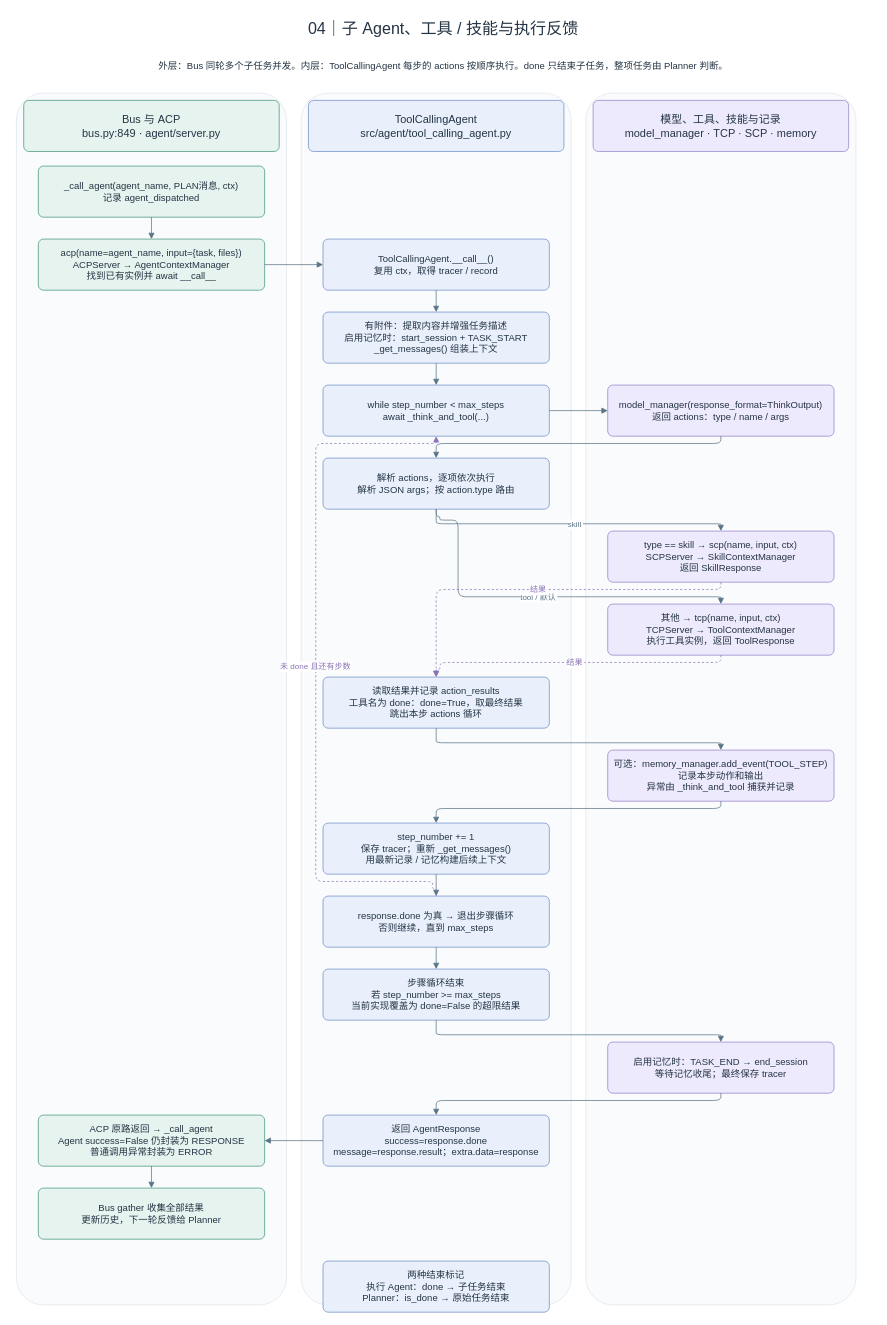
This is page "04｜子 Agent、工具 / 技能与执行反馈" (4 of 6) of artifacts/agentbus-complete-flow-v4.drawio from roundliuyang/DeepResearchAgent, a draw.io file, before an edit. Source tidied: cells renumbered, new cells numbered last; positions are measured from the earlier drawing's top-left corner, leaving out a move shared by most shapes. Both pictures are drawn from the tidied source at 73%, with x=0, y=0 at pixel (12, 12).
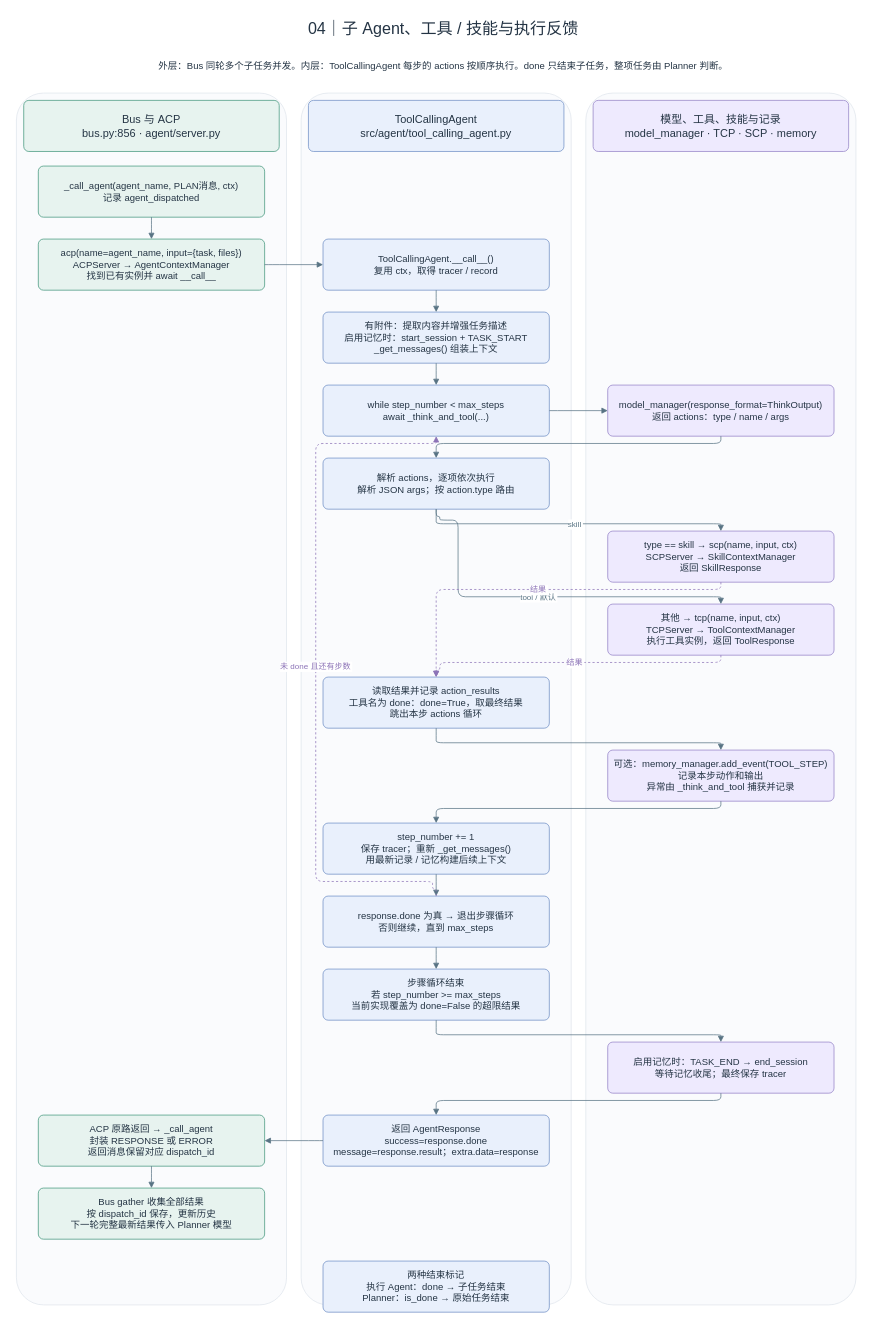
After the change.

The edit, as a diff of the source:
```diff
@@
-    <mxCell id="5" value="Bus 与 ACP&#10;bus.py:849 · agent/server.py" style="rounded=1;arcSize=10;whiteSpace=wrap;html=0;fillColor=#E7F3EF;strokeColor=#42967B;fontColor=#243444;fontSize=15;fontFamily=Helvetica;spacing=9;align=center;verticalAlign=middle;" parent="1" vertex="1">
+    <mxCell id="5" value="Bus 与 ACP&#10;bus.py:856 · agent/server.py" style="rounded=1;arcSize=10;whiteSpace=wrap;html=0;fillColor=#E7F3EF;strokeColor=#42967B;fontColor=#243444;fontSize=15;fontFamily=Helvetica;spacing=9;align=center;verticalAlign=middle;" parent="1" vertex="1">
       <mxGeometry x="15" y="120" width="350" height="70" as="geometry" />
     </mxCell>
@@
-    <mxCell id="26" value="ACP 原路返回 → _call_agent&#10;Agent success=False 仍封装为 RESPONSE&#10;普通调用异常封装为 ERROR" style="rounded=1;arcSize=10;whiteSpace=wrap;html=0;fillColor=#E7F3EF;strokeColor=#42967B;fontColor=#243444;fontSize=13;fontFamily=Helvetica;spacing=9;align=center;verticalAlign=middle;" parent="1" vertex="1">
+    <mxCell id="26" value="ACP 原路返回 → _call_agent&#10;封装 RESPONSE 或 ERROR&#10;返回消息保留对应 dispatch_id" style="rounded=1;arcSize=10;whiteSpace=wrap;html=0;fillColor=#E7F3EF;strokeColor=#42967B;fontColor=#243444;fontSize=13;fontFamily=Helvetica;spacing=9;align=center;verticalAlign=middle;" parent="1" vertex="1">
       <mxGeometry x="35" y="1510" width="310" height="70" as="geometry" />
     </mxCell>
-    <mxCell id="27" value="Bus gather 收集全部结果&#10;更新历史，下一轮反馈给 Planner" style="rounded=1;arcSize=10;whiteSpace=wrap;html=0;fillColor=#E7F3EF;strokeColor=#42967B;fontColor=#243444;fontSize=13;fontFamily=Helvetica;spacing=9;align=center;verticalAlign=middle;" parent="1" vertex="1">
+    <mxCell id="27" value="Bus gather 收集全部结果&#10;按 dispatch_id 保存，更新历史&#10;下一轮完整最新结果传入 Planner 模型" style="rounded=1;arcSize=10;whiteSpace=wrap;html=0;fillColor=#E7F3EF;strokeColor=#42967B;fontColor=#243444;fontSize=13;fontFamily=Helvetica;spacing=9;align=center;verticalAlign=middle;" parent="1" vertex="1">
       <mxGeometry x="35" y="1610" width="310" height="70" as="geometry" />
     </mxCell>
```
